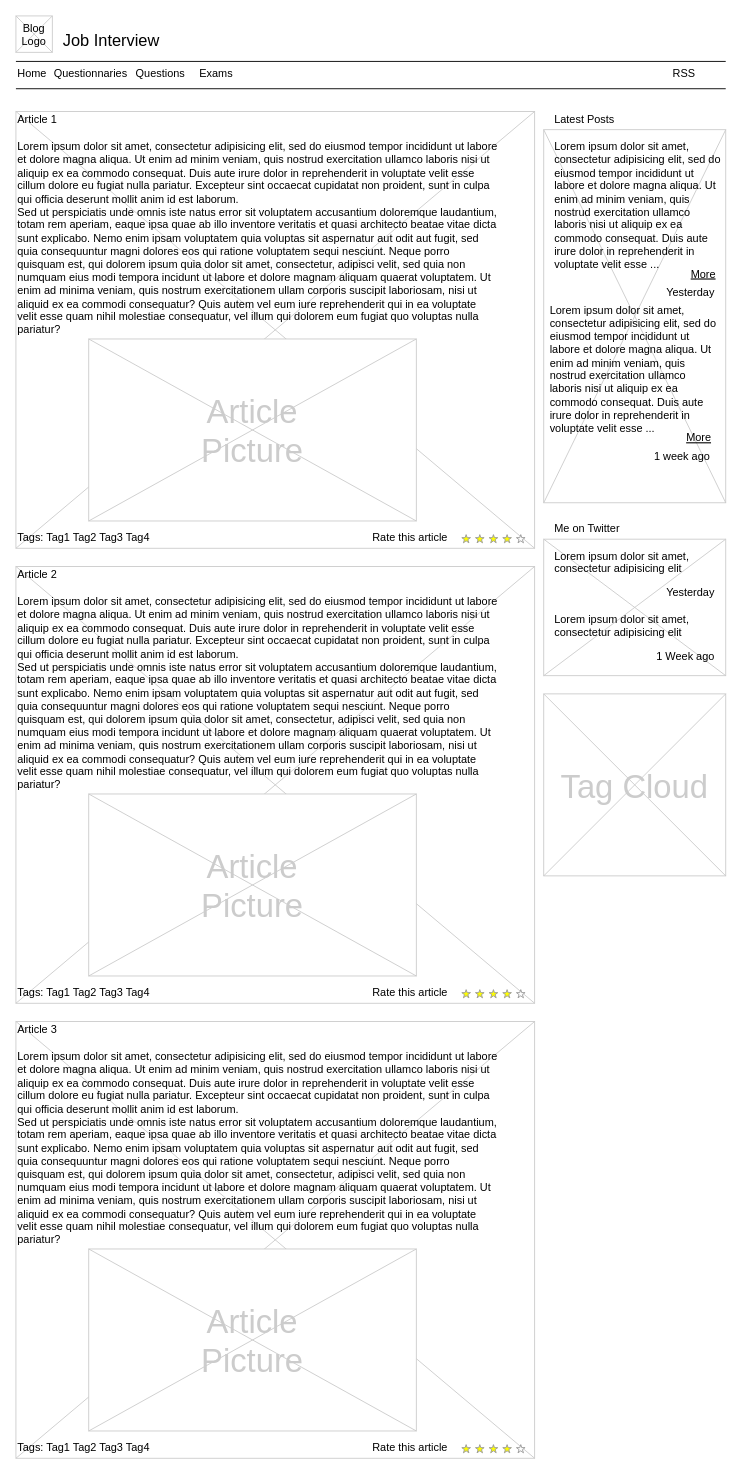
marina-bozic/s3-terraform keeps this draw.io diagram as questionnaire.drawio. Above is the earlier version. Source tidied: cells renumbered, new cells numbered last; positions are measured from the earlier drawing's top-left corner, leaving out a move shared by most shapes. Both pictures are drawn from the tidied source at 91%, with x=0, y=0 at pixel (15, 15).
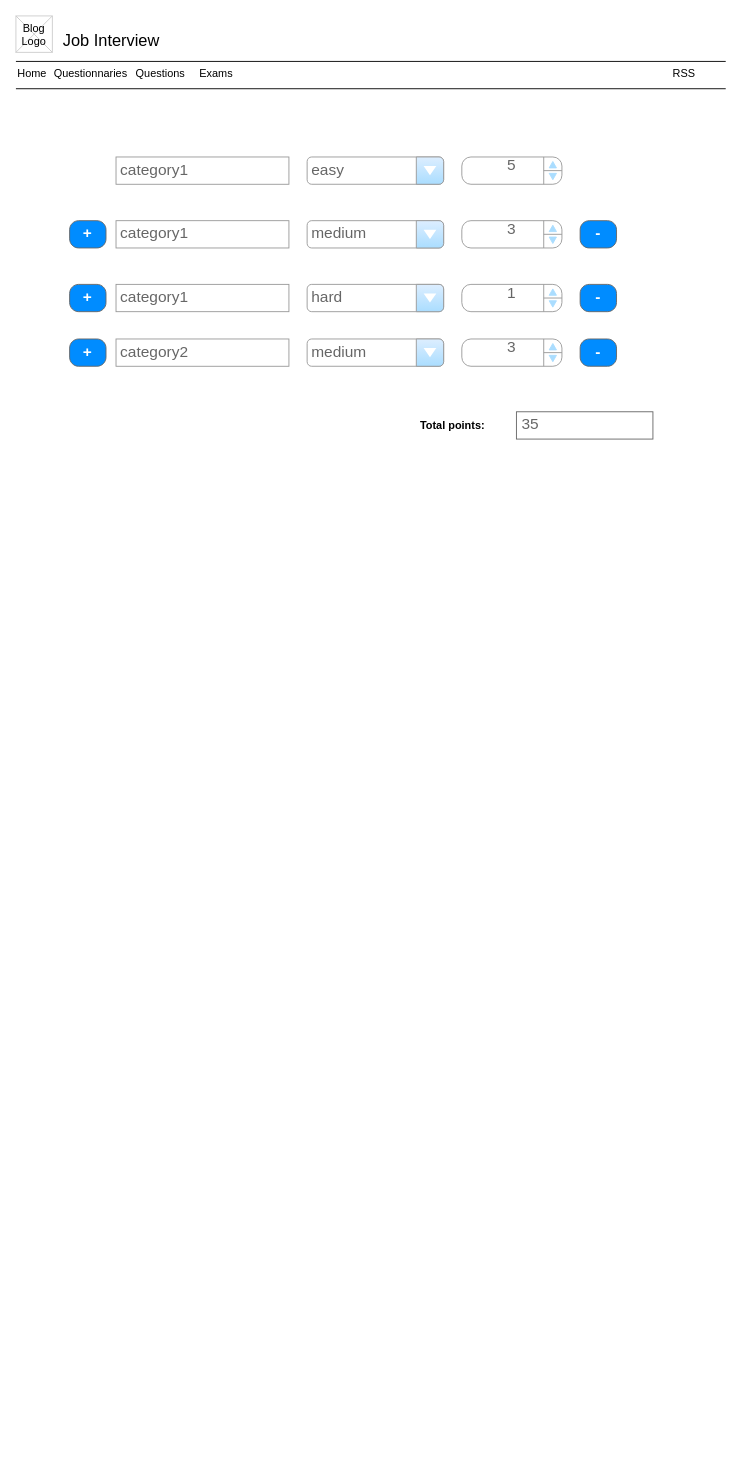
Above is the later version.

What changed in the source:
```diff
@@
-    <mxCell id="2" style="verticalLabelPosition=bottom;verticalAlign=top;strokeWidth=1;shape=mxgraph.mockup.graphics.iconGrid;strokeColor=#CCCCCC;gridSize=1,1;" parent="1" vertex="1">
-      <mxGeometry x="580" y="125" width="200" height="410" as="geometry" />
-    </mxCell>
-    <mxCell id="3" style="verticalLabelPosition=bottom;verticalAlign=top;strokeWidth=1;shape=mxgraph.mockup.graphics.iconGrid;strokeColor=#CCCCCC;gridSize=1,1;" parent="1" vertex="1">
-      <mxGeometry y="105" width="570" height="480" as="geometry" />
-    </mxCell>
@@
-    <mxCell id="9" value="Article 1" style="text;spacingTop=-5;" parent="1" vertex="1">
-      <mxGeometry y="105" width="30" height="20" as="geometry" />
-    </mxCell>
-    <mxCell id="10" value="Lorem ipsum dolor sit amet, consectetur adipisicing elit, sed do eiusmod tempor incididunt ut labore et dolore magna aliqua. Ut enim ad minim veniam, quis nostrud exercitation ullamco laboris nisi ut aliquip ex ea commodo consequat. Duis aute irure dolor in reprehenderit in voluptate velit esse cillum dolore eu fugiat nulla pariatur. Excepteur sint occaecat cupidatat non proident, sunt in culpa qui officia deserunt mollit anim id est laborum.&#10;Sed ut perspiciatis unde omnis iste natus error sit voluptatem accusantium doloremque laudantium, totam rem aperiam, eaque ipsa quae ab illo inventore veritatis et quasi architecto beatae vitae dicta sunt explicabo. Nemo enim ipsam voluptatem quia voluptas sit aspernatur aut odit aut fugit, sed quia consequuntur magni dolores eos qui ratione voluptatem sequi nesciunt. Neque porro quisquam est, qui dolorem ipsum quia dolor sit amet, consectetur, adipisci velit, sed quia non numquam eius modi tempora incidunt ut labore et dolore magnam aliquam quaerat voluptatem. Ut enim ad minima veniam, quis nostrum exercitationem ullam corporis suscipit laboriosam, nisi ut aliquid ex ea commodi consequatur? Quis autem vel eum iure reprehenderit qui in ea voluptate velit esse quam nihil molestiae consequatur, vel illum qui dolorem eum fugiat quo voluptas nulla pariatur?" style="text;spacingTop=-5;whiteSpace=wrap;align=left;" parent="1" vertex="1">
-      <mxGeometry y="135" width="530" height="250" as="geometry" />
-    </mxCell>
-    <mxCell id="11" value="Latest Posts" style="text;spacingTop=-5;" parent="1" vertex="1">
-      <mxGeometry x="590" y="105" width="30" height="20" as="geometry" />
-    </mxCell>
@@
-    <mxCell id="13" value="Lorem ipsum dolor sit amet, consectetur adipisicing elit, sed do eiusmod tempor incididunt ut labore et dolore magna aliqua. Ut enim ad minim veniam, quis nostrud exercitation ullamco laboris nisi ut aliquip ex ea commodo consequat. Duis aute irure dolor in reprehenderit in voluptate velit esse ..." style="text;spacingTop=-5;whiteSpace=wrap;align=left;" parent="1" vertex="1">
-      <mxGeometry x="590" y="135" width="190" height="140" as="geometry" />
-    </mxCell>
-    <mxCell id="14" value="More" style="text;spacingTop=-5;fontStyle=4;" parent="1" vertex="1">
-      <mxGeometry x="740" y="275" width="30" height="20" as="geometry" />
-    </mxCell>
-    <mxCell id="15" value="Yesterday" style="text;spacingTop=-5;fontStyle=0;align=right;" parent="1" vertex="1">
-      <mxGeometry x="740" y="295" width="30" height="20" as="geometry" />
-    </mxCell>
-    <mxCell id="16" value="Lorem ipsum dolor sit amet, consectetur adipisicing elit, sed do eiusmod tempor incididunt ut labore et dolore magna aliqua. Ut enim ad minim veniam, quis nostrud exercitation ullamco laboris nisi ut aliquip ex ea commodo consequat. Duis aute irure dolor in reprehenderit in voluptate velit esse ..." style="text;spacingTop=-5;whiteSpace=wrap;align=left;" parent="1" vertex="1">
-      <mxGeometry x="585" y="315" width="190" height="140" as="geometry" />
-    </mxCell>
-    <mxCell id="17" value="More" style="text;spacingTop=-5;fontStyle=4;" parent="1" vertex="1">
-      <mxGeometry x="735" y="455" width="30" height="20" as="geometry" />
-    </mxCell>
-    <mxCell id="18" value="1 week ago" style="text;spacingTop=-5;fontStyle=0;align=right;" parent="1" vertex="1">
-      <mxGeometry x="735" y="475" width="30" height="20" as="geometry" />
-    </mxCell>
@@
-    <mxCell id="22" style="verticalLabelPosition=bottom;verticalAlign=top;strokeWidth=1;shape=mxgraph.mockup.graphics.iconGrid;strokeColor=#CCCCCC;gridSize=1,1;" parent="1" vertex="1">
-      <mxGeometry x="80" y="355" width="360" height="200" as="geometry" />
-    </mxCell>
-    <mxCell id="23" value="Article&#10;Picture" style="text;spacingTop=-5;align=center;verticalAlign=middle;fontSize=36;fontColor=#CCCCCC;" parent="1" vertex="1">
-      <mxGeometry x="80" y="355" width="360" height="200" as="geometry" />
-    </mxCell>
-    <mxCell id="24" style="verticalLabelPosition=bottom;verticalAlign=top;strokeWidth=1;shape=mxgraph.mockup.graphics.iconGrid;strokeColor=#CCCCCC;gridSize=1,1;" parent="1" vertex="1">
-      <mxGeometry y="605" width="570" height="480" as="geometry" />
-    </mxCell>
-    <mxCell id="25" value="Article 2" style="text;spacingTop=-5;" parent="1" vertex="1">
-      <mxGeometry y="605" width="30" height="20" as="geometry" />
-    </mxCell>
-    <mxCell id="26" value="Lorem ipsum dolor sit amet, consectetur adipisicing elit, sed do eiusmod tempor incididunt ut labore et dolore magna aliqua. Ut enim ad minim veniam, quis nostrud exercitation ullamco laboris nisi ut aliquip ex ea commodo consequat. Duis aute irure dolor in reprehenderit in voluptate velit esse cillum dolore eu fugiat nulla pariatur. Excepteur sint occaecat cupidatat non proident, sunt in culpa qui officia deserunt mollit anim id est laborum.&#10;Sed ut perspiciatis unde omnis iste natus error sit voluptatem accusantium doloremque laudantium, totam rem aperiam, eaque ipsa quae ab illo inventore veritatis et quasi architecto beatae vitae dicta sunt explicabo. Nemo enim ipsam voluptatem quia voluptas sit aspernatur aut odit aut fugit, sed quia consequuntur magni dolores eos qui ratione voluptatem sequi nesciunt. Neque porro quisquam est, qui dolorem ipsum quia dolor sit amet, consectetur, adipisci velit, sed quia non numquam eius modi tempora incidunt ut labore et dolore magnam aliquam quaerat voluptatem. Ut enim ad minima veniam, quis nostrum exercitationem ullam corporis suscipit laboriosam, nisi ut aliquid ex ea commodi consequatur? Quis autem vel eum iure reprehenderit qui in ea voluptate velit esse quam nihil molestiae consequatur, vel illum qui dolorem eum fugiat quo voluptas nulla pariatur?" style="text;spacingTop=-5;whiteSpace=wrap;align=left;" parent="1" vertex="1">
-      <mxGeometry y="635" width="530" height="250" as="geometry" />
-    </mxCell>
-    <mxCell id="27" style="verticalLabelPosition=bottom;verticalAlign=top;strokeWidth=1;shape=mxgraph.mockup.graphics.iconGrid;strokeColor=#CCCCCC;gridSize=1,1;" parent="1" vertex="1">
-      <mxGeometry x="80" y="855" width="360" height="200" as="geometry" />
-    </mxCell>
-    <mxCell id="28" value="Article&#10;Picture" style="text;spacingTop=-5;align=center;verticalAlign=middle;fontSize=36;fontColor=#CCCCCC;" parent="1" vertex="1">
-      <mxGeometry x="80" y="855" width="360" height="200" as="geometry" />
-    </mxCell>
-    <mxCell id="29" style="verticalLabelPosition=bottom;verticalAlign=top;strokeWidth=1;shape=mxgraph.mockup.graphics.iconGrid;strokeColor=#CCCCCC;gridSize=1,1;" parent="1" vertex="1">
-      <mxGeometry y="1105" width="570" height="480" as="geometry" />
-    </mxCell>
-    <mxCell id="30" value="Article 3" style="text;spacingTop=-5;" parent="1" vertex="1">
-      <mxGeometry y="1105" width="30" height="20" as="geometry" />
-    </mxCell>
-    <mxCell id="31" value="Lorem ipsum dolor sit amet, consectetur adipisicing elit, sed do eiusmod tempor incididunt ut labore et dolore magna aliqua. Ut enim ad minim veniam, quis nostrud exercitation ullamco laboris nisi ut aliquip ex ea commodo consequat. Duis aute irure dolor in reprehenderit in voluptate velit esse cillum dolore eu fugiat nulla pariatur. Excepteur sint occaecat cupidatat non proident, sunt in culpa qui officia deserunt mollit anim id est laborum.&#10;Sed ut perspiciatis unde omnis iste natus error sit voluptatem accusantium doloremque laudantium, totam rem aperiam, eaque ipsa quae ab illo inventore veritatis et quasi architecto beatae vitae dicta sunt explicabo. Nemo enim ipsam voluptatem quia voluptas sit aspernatur aut odit aut fugit, sed quia consequuntur magni dolores eos qui ratione voluptatem sequi nesciunt. Neque porro quisquam est, qui dolorem ipsum quia dolor sit amet, consectetur, adipisci velit, sed quia non numquam eius modi tempora incidunt ut labore et dolore magnam aliquam quaerat voluptatem. Ut enim ad minima veniam, quis nostrum exercitationem ullam corporis suscipit laboriosam, nisi ut aliquid ex ea commodi consequatur? Quis autem vel eum iure reprehenderit qui in ea voluptate velit esse quam nihil molestiae consequatur, vel illum qui dolorem eum fugiat quo voluptas nulla pariatur?" style="text;spacingTop=-5;whiteSpace=wrap;align=left;" parent="1" vertex="1">
-      <mxGeometry y="1135" width="530" height="250" as="geometry" />
-    </mxCell>
-    <mxCell id="32" style="verticalLabelPosition=bottom;verticalAlign=top;strokeWidth=1;shape=mxgraph.mockup.graphics.iconGrid;strokeColor=#CCCCCC;gridSize=1,1;" parent="1" vertex="1">
-      <mxGeometry x="80" y="1355" width="360" height="200" as="geometry" />
-    </mxCell>
-    <mxCell id="33" value="Article&#10;Picture" style="text;spacingTop=-5;align=center;verticalAlign=middle;fontSize=36;fontColor=#CCCCCC;" parent="1" vertex="1">
-      <mxGeometry x="80" y="1355" width="360" height="200" as="geometry" />
-    </mxCell>
-    <mxCell id="34" style="verticalLabelPosition=bottom;verticalAlign=top;strokeWidth=1;shape=mxgraph.mockup.misc.rating;strokeColor=#999999;fillColor=#ffff00;emptyFillColor=#ffffff;grade=4;ratingScale=5;ratingStyle=star;" parent="1" vertex="1">
-      <mxGeometry x="490" y="570" width="77.5" height="10" as="geometry" />
-    </mxCell>
-    <mxCell id="35" value="Rate this article" style="text;spacingTop=-5;" parent="1" vertex="1">
-      <mxGeometry x="390" y="565" width="30" height="20" as="geometry" />
-    </mxCell>
-    <mxCell id="36" style="verticalLabelPosition=bottom;verticalAlign=top;strokeWidth=1;shape=mxgraph.mockup.misc.rating;strokeColor=#999999;fillColor=#ffff00;emptyFillColor=#ffffff;grade=4;ratingScale=5;ratingStyle=star;" parent="1" vertex="1">
-      <mxGeometry x="490" y="1070" width="77.5" height="10" as="geometry" />
-    </mxCell>
-    <mxCell id="37" value="Rate this article" style="text;spacingTop=-5;" parent="1" vertex="1">
-      <mxGeometry x="390" y="1065" width="30" height="20" as="geometry" />
-    </mxCell>
-    <mxCell id="38" style="verticalLabelPosition=bottom;verticalAlign=top;strokeWidth=1;shape=mxgraph.mockup.misc.rating;strokeColor=#999999;fillColor=#ffff00;emptyFillColor=#ffffff;grade=4;ratingScale=5;ratingStyle=star;" parent="1" vertex="1">
-      <mxGeometry x="490" y="1570" width="77.5" height="10" as="geometry" />
-    </mxCell>
-    <mxCell id="39" value="Rate this article" style="text;spacingTop=-5;" parent="1" vertex="1">
-      <mxGeometry x="390" y="1565" width="30" height="20" as="geometry" />
-    </mxCell>
-    <mxCell id="40" value="Tags: Tag1 Tag2 Tag3 Tag4" style="text;spacingTop=-5;" parent="1" vertex="1">
-      <mxGeometry y="565" width="210" height="20" as="geometry" />
-    </mxCell>
-    <mxCell id="41" value="Tags: Tag1 Tag2 Tag3 Tag4" style="text;spacingTop=-5;" parent="1" vertex="1">
-      <mxGeometry y="1065" width="210" height="20" as="geometry" />
-    </mxCell>
-    <mxCell id="42" value="Tags: Tag1 Tag2 Tag3 Tag4" style="text;spacingTop=-5;" parent="1" vertex="1">
-      <mxGeometry y="1565" width="210" height="20" as="geometry" />
-    </mxCell>
-    <mxCell id="43" style="verticalLabelPosition=bottom;verticalAlign=top;strokeWidth=1;shape=mxgraph.mockup.graphics.iconGrid;strokeColor=#CCCCCC;gridSize=1,1;" parent="1" vertex="1">
-      <mxGeometry x="580" y="575" width="200" height="150" as="geometry" />
-    </mxCell>
-    <mxCell id="44" value="Me on Twitter" style="text;spacingTop=-5;" parent="1" vertex="1">
-      <mxGeometry x="590" y="555" width="30" height="20" as="geometry" />
-    </mxCell>
-    <mxCell id="45" value="Lorem ipsum dolor sit amet, consectetur adipisicing elit" style="text;spacingTop=-5;whiteSpace=wrap;align=left;" parent="1" vertex="1">
-      <mxGeometry x="590" y="585" width="190" height="40" as="geometry" />
-    </mxCell>
-    <mxCell id="46" value="Yesterday" style="text;spacingTop=-5;fontStyle=0;align=right;" parent="1" vertex="1">
-      <mxGeometry x="740" y="625" width="30" height="20" as="geometry" />
-    </mxCell>
-    <mxCell id="47" style="verticalLabelPosition=bottom;verticalAlign=top;strokeWidth=1;shape=mxgraph.mockup.graphics.iconGrid;strokeColor=#CCCCCC;gridSize=1,1;" parent="1" vertex="1">
-      <mxGeometry x="580" y="745" width="200" height="200" as="geometry" />
-    </mxCell>
-    <mxCell id="48" value="Tag Cloud" style="text;spacingTop=-5;align=center;verticalAlign=middle;fontSize=36;fontColor=#CCCCCC;" parent="1" vertex="1">
-      <mxGeometry x="580" y="745" width="200" height="200" as="geometry" />
-    </mxCell>
-    <mxCell id="49" value="Lorem ipsum dolor sit amet, consectetur adipisicing elit" style="text;spacingTop=-5;whiteSpace=wrap;align=left;" parent="1" vertex="1">
-      <mxGeometry x="590" y="655" width="190" height="40" as="geometry" />
-    </mxCell>
-    <mxCell id="50" value="1 Week ago" style="text;spacingTop=-5;fontStyle=0;align=right;" parent="1" vertex="1">
-      <mxGeometry x="740" y="695" width="30" height="20" as="geometry" />
-    </mxCell>
@@
+    <mxCell id="52" value="category1" style="strokeWidth=1;shadow=0;dashed=0;align=center;html=1;shape=mxgraph.mockup.forms.pwField;strokeColor=#999999;mainText=;align=left;fontColor=#666666;fontSize=17;spacingLeft=3;" parent="1" vertex="1">
+      <mxGeometry x="110" y="155" width="190" height="30" as="geometry" />
+    </mxCell>
+    <mxCell id="53" value="easy" style="strokeWidth=1;shadow=0;dashed=0;align=center;html=1;shape=mxgraph.mockup.forms.comboBox;strokeColor=#999999;fillColor=#ddeeff;align=left;fillColor2=#aaddff;mainText=;fontColor=#666666;fontSize=17;spacingLeft=3;" parent="1" vertex="1">
+      <mxGeometry x="320" y="155" width="150" height="30" as="geometry" />
+    </mxCell>
+    <mxCell id="54" value="5" style="strokeWidth=1;shadow=0;dashed=0;align=center;html=1;shape=mxgraph.mockup.forms.spinner;strokeColor=#999999;spinLayout=right;spinStyle=normal;adjStyle=triangle;fillColor=#aaddff;fontSize=17;fontColor=#666666;mainText=;html=1;overflow=fill;" parent="1" vertex="1">
+      <mxGeometry x="490" y="155" width="110" height="30" as="geometry" />
+    </mxCell>
+    <mxCell id="55" value="+" style="strokeWidth=1;shadow=0;dashed=0;align=center;html=1;shape=mxgraph.mockup.buttons.button;strokeColor=#666666;fontColor=#ffffff;mainText=;buttonStyle=round;fontSize=17;fontStyle=1;fillColor=#008cff;whiteSpace=wrap;" parent="1" vertex="1">
+      <mxGeometry x="59" y="225" width="40" height="30" as="geometry" />
+    </mxCell>
+    <mxCell id="56" value="category1" style="strokeWidth=1;shadow=0;dashed=0;align=center;html=1;shape=mxgraph.mockup.forms.pwField;strokeColor=#999999;mainText=;align=left;fontColor=#666666;fontSize=17;spacingLeft=3;" parent="1" vertex="1">
+      <mxGeometry x="110" y="225" width="190" height="30" as="geometry" />
+    </mxCell>
+    <mxCell id="57" value="medium" style="strokeWidth=1;shadow=0;dashed=0;align=center;html=1;shape=mxgraph.mockup.forms.comboBox;strokeColor=#999999;fillColor=#ddeeff;align=left;fillColor2=#aaddff;mainText=;fontColor=#666666;fontSize=17;spacingLeft=3;" parent="1" vertex="1">
+      <mxGeometry x="320" y="225" width="150" height="30" as="geometry" />
+    </mxCell>
+    <mxCell id="58" value="3" style="strokeWidth=1;shadow=0;dashed=0;align=center;html=1;shape=mxgraph.mockup.forms.spinner;strokeColor=#999999;spinLayout=right;spinStyle=normal;adjStyle=triangle;fillColor=#aaddff;fontSize=17;fontColor=#666666;mainText=;html=1;overflow=fill;" parent="1" vertex="1">
+      <mxGeometry x="490" y="225" width="110" height="30" as="geometry" />
+    </mxCell>
+    <mxCell id="59" value="-" style="strokeWidth=1;shadow=0;dashed=0;align=center;html=1;shape=mxgraph.mockup.buttons.button;strokeColor=#666666;fontColor=#ffffff;mainText=;buttonStyle=round;fontSize=17;fontStyle=1;fillColor=#008cff;whiteSpace=wrap;" parent="1" vertex="1">
+      <mxGeometry x="620" y="225" width="40" height="30" as="geometry" />
+    </mxCell>
+    <mxCell id="60" value="+" style="strokeWidth=1;shadow=0;dashed=0;align=center;html=1;shape=mxgraph.mockup.buttons.button;strokeColor=#666666;fontColor=#ffffff;mainText=;buttonStyle=round;fontSize=17;fontStyle=1;fillColor=#008cff;whiteSpace=wrap;" parent="1" vertex="1">
+      <mxGeometry x="59" y="295" width="40" height="30" as="geometry" />
+    </mxCell>
+    <mxCell id="61" value="category1" style="strokeWidth=1;shadow=0;dashed=0;align=center;html=1;shape=mxgraph.mockup.forms.pwField;strokeColor=#999999;mainText=;align=left;fontColor=#666666;fontSize=17;spacingLeft=3;" parent="1" vertex="1">
+      <mxGeometry x="110" y="295" width="190" height="30" as="geometry" />
+    </mxCell>
+    <mxCell id="62" value="hard" style="strokeWidth=1;shadow=0;dashed=0;align=center;html=1;shape=mxgraph.mockup.forms.comboBox;strokeColor=#999999;fillColor=#ddeeff;align=left;fillColor2=#aaddff;mainText=;fontColor=#666666;fontSize=17;spacingLeft=3;" parent="1" vertex="1">
+      <mxGeometry x="320" y="295" width="150" height="30" as="geometry" />
+    </mxCell>
+    <mxCell id="63" value="1" style="strokeWidth=1;shadow=0;dashed=0;align=center;html=1;shape=mxgraph.mockup.forms.spinner;strokeColor=#999999;spinLayout=right;spinStyle=normal;adjStyle=triangle;fillColor=#aaddff;fontSize=17;fontColor=#666666;mainText=;html=1;overflow=fill;" parent="1" vertex="1">
+      <mxGeometry x="490" y="295" width="110" height="30" as="geometry" />
+    </mxCell>
+    <mxCell id="64" value="-" style="strokeWidth=1;shadow=0;dashed=0;align=center;html=1;shape=mxgraph.mockup.buttons.button;strokeColor=#666666;fontColor=#ffffff;mainText=;buttonStyle=round;fontSize=17;fontStyle=1;fillColor=#008cff;whiteSpace=wrap;" parent="1" vertex="1">
+      <mxGeometry x="620" y="295" width="40" height="30" as="geometry" />
+    </mxCell>
+    <mxCell id="65" value="+" style="strokeWidth=1;shadow=0;dashed=0;align=center;html=1;shape=mxgraph.mockup.buttons.button;strokeColor=#666666;fontColor=#ffffff;mainText=;buttonStyle=round;fontSize=17;fontStyle=1;fillColor=#008cff;whiteSpace=wrap;" parent="1" vertex="1">
+      <mxGeometry x="59" y="355" width="40" height="30" as="geometry" />
+    </mxCell>
+    <mxCell id="66" value="category2" style="strokeWidth=1;shadow=0;dashed=0;align=center;html=1;shape=mxgraph.mockup.forms.pwField;strokeColor=#999999;mainText=;align=left;fontColor=#666666;fontSize=17;spacingLeft=3;" parent="1" vertex="1">
+      <mxGeometry x="110" y="355" width="190" height="30" as="geometry" />
+    </mxCell>
+    <mxCell id="67" value="medium" style="strokeWidth=1;shadow=0;dashed=0;align=center;html=1;shape=mxgraph.mockup.forms.comboBox;strokeColor=#999999;fillColor=#ddeeff;align=left;fillColor2=#aaddff;mainText=;fontColor=#666666;fontSize=17;spacingLeft=3;" parent="1" vertex="1">
+      <mxGeometry x="320" y="355" width="150" height="30" as="geometry" />
+    </mxCell>
+    <mxCell id="68" value="3" style="strokeWidth=1;shadow=0;dashed=0;align=center;html=1;shape=mxgraph.mockup.forms.spinner;strokeColor=#999999;spinLayout=right;spinStyle=normal;adjStyle=triangle;fillColor=#aaddff;fontSize=17;fontColor=#666666;mainText=;html=1;overflow=fill;" parent="1" vertex="1">
+      <mxGeometry x="490" y="355" width="110" height="30" as="geometry" />
+    </mxCell>
+    <mxCell id="69" value="-" style="strokeWidth=1;shadow=0;dashed=0;align=center;html=1;shape=mxgraph.mockup.buttons.button;strokeColor=#666666;fontColor=#ffffff;mainText=;buttonStyle=round;fontSize=17;fontStyle=1;fillColor=#008cff;whiteSpace=wrap;" parent="1" vertex="1">
+      <mxGeometry x="620" y="355" width="40" height="30" as="geometry" />
+    </mxCell>
+    <mxCell id="70" value="35" style="strokeWidth=1;shadow=0;dashed=0;align=center;html=1;shape=mxgraph.mockup.text.textBox;fontColor=#666666;align=left;fontSize=17;spacingLeft=4;spacingTop=-3;strokeColor=#666666;mainText=;" parent="1" vertex="1">
+      <mxGeometry x="550" y="435" width="150" height="30" as="geometry" />
+    </mxCell>
+    <mxCell id="71" value="&lt;b&gt;Total points:&lt;/b&gt;" style="text;html=1;strokeColor=none;fillColor=none;align=center;verticalAlign=middle;whiteSpace=wrap;rounded=0;" parent="1" vertex="1">
+      <mxGeometry x="440" y="435" width="80" height="30" as="geometry" />
+    </mxCell>
```
